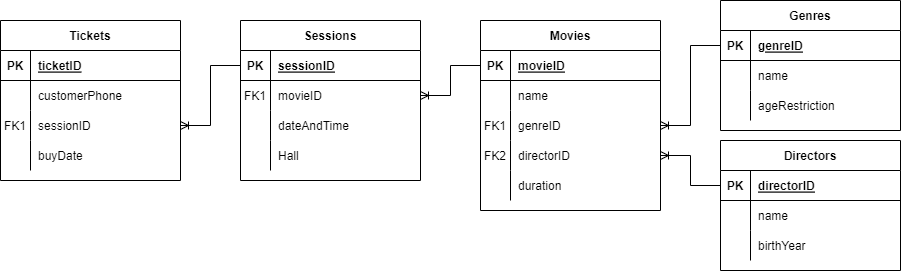
Before: part1/task2.png, a diagram exported from draw.io (Kolesa-Education/kolesa-upgrade-homework-4). Source tidied: cells renumbered, new cells last; positions are measured from the earlier drawing's top-left corner, leaving out a move shared by most shapes.
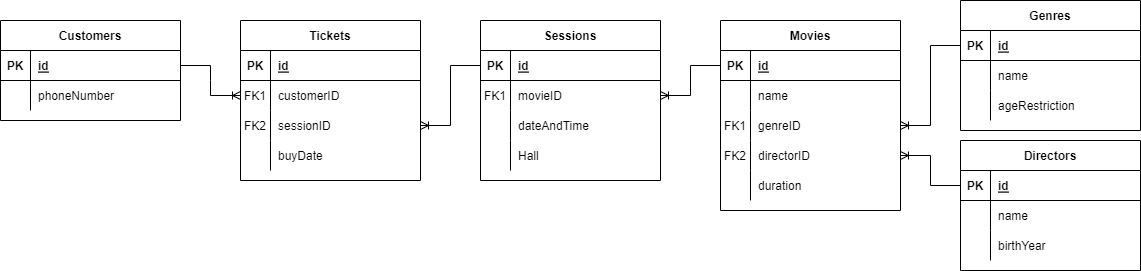
Above is the later version.

Commit message:
Fazyl-home-work

Change to the diagram source:
```diff
@@ -2,11 +2,6 @@
   <root>
     <mxCell id="0" />
     <mxCell id="1" parent="0" />
-    <mxCell id="2" style="edgeStyle=entityRelationEdgeStyle;endArrow=ERzeroToMany;startArrow=ERone;endFill=1;startFill=0;" parent="1" edge="1" target="x">
-      <mxGeometry relative="1" as="geometry">
-        <mxPoint x="650" y="135" as="sourcePoint" />
-      </mxGeometry>
-    </mxCell>
     <mxCell id="3" value="Tickets" style="shape=table;startSize=30;rowLines=0;fontStyle=1;align=center;strokeColor=#000000;fontColor=#000000;fillColor=none;" parent="1" vertex="1">
       <mxGeometry y="20" width="180" height="160" as="geometry" />
     </mxCell>
@@ -16,22 +11,22 @@
     <mxCell id="5" value="PK" style="shape=partialRectangle;fillColor=none;top=0;left=0;bottom=0;right=0;fontStyle=1;overflow=hidden;strokeColor=#000000;fontColor=#000000;" parent="4" vertex="1">
       <mxGeometry width="30" height="30" as="geometry" />
     </mxCell>
-    <mxCell id="6" value="ticketID" style="shape=partialRectangle;fillColor=none;top=0;left=0;bottom=0;right=0;align=left;spacingLeft=6;fontStyle=5;overflow=hidden;strokeColor=#000000;fontColor=#000000;" parent="4" vertex="1">
+    <mxCell id="6" value="id" style="shape=partialRectangle;fillColor=none;top=0;left=0;bottom=0;right=0;align=left;spacingLeft=6;fontStyle=5;overflow=hidden;strokeColor=#000000;fontColor=#000000;" parent="4" vertex="1">
       <mxGeometry x="30" width="150" height="30" as="geometry" />
     </mxCell>
     <mxCell id="7" style="shape=tableRow;horizontal=0;startSize=0;swimlaneHead=0;swimlaneBody=0;fillColor=none;points=[[0,0.5],[1,0.5]];portConstraint=eastwest;top=0;left=0;right=0;bottom=0;strokeColor=#000000;fontColor=#000000;" parent="3" vertex="1">
       <mxGeometry y="60" width="180" height="30" as="geometry" />
     </mxCell>
-    <mxCell id="8" style="shape=partialRectangle;fillColor=none;top=0;left=0;bottom=0;right=0;overflow=hidden;strokeColor=#000000;fontColor=#000000;" parent="7" vertex="1">
+    <mxCell id="8" value="FK1" style="shape=partialRectangle;fillColor=none;top=0;left=0;bottom=0;right=0;overflow=hidden;strokeColor=#000000;fontColor=#000000;" parent="7" vertex="1">
       <mxGeometry width="30" height="30" as="geometry" />
     </mxCell>
-    <mxCell id="9" value="customerPhone" style="shape=partialRectangle;fillColor=none;top=0;left=0;bottom=0;right=0;align=left;spacingLeft=6;overflow=hidden;strokeColor=#000000;fontColor=#000000;" parent="7" vertex="1">
+    <mxCell id="9" value="customerID" style="shape=partialRectangle;fillColor=none;top=0;left=0;bottom=0;right=0;align=left;spacingLeft=6;overflow=hidden;strokeColor=#000000;fontColor=#000000;" parent="7" vertex="1">
       <mxGeometry x="30" width="150" height="30" as="geometry" />
     </mxCell>
     <mxCell id="10" style="shape=tableRow;horizontal=0;startSize=0;swimlaneHead=0;swimlaneBody=0;fillColor=none;points=[[0,0.5],[1,0.5]];portConstraint=eastwest;top=0;left=0;right=0;bottom=0;strokeColor=#000000;fontColor=#000000;" parent="3" vertex="1">
       <mxGeometry y="90" width="180" height="30" as="geometry" />
     </mxCell>
-    <mxCell id="11" value="FK1" style="shape=partialRectangle;fillColor=none;top=0;left=0;bottom=0;right=0;overflow=hidden;strokeColor=#000000;fontColor=#000000;" parent="10" vertex="1">
+    <mxCell id="11" value="FK2" style="shape=partialRectangle;fillColor=none;top=0;left=0;bottom=0;right=0;overflow=hidden;strokeColor=#000000;fontColor=#000000;" parent="10" vertex="1">
       <mxGeometry width="30" height="30" as="geometry" />
     </mxCell>
     <mxCell id="12" value="sessionID" style="shape=partialRectangle;fillColor=none;top=0;left=0;bottom=0;right=0;align=left;spacingLeft=6;overflow=hidden;strokeColor=#000000;fontColor=#000000;" parent="10" vertex="1">
@@ -55,7 +50,7 @@
     <mxCell id="18" value="PK" style="shape=partialRectangle;fillColor=none;top=0;left=0;bottom=0;right=0;fontStyle=1;overflow=hidden;strokeColor=#000000;fontColor=#000000;" parent="17" vertex="1">
       <mxGeometry width="30" height="30" as="geometry" />
     </mxCell>
-    <mxCell id="19" value="movieID" style="shape=partialRectangle;fillColor=none;top=0;left=0;bottom=0;right=0;align=left;spacingLeft=6;fontStyle=5;overflow=hidden;strokeColor=#000000;fontColor=#000000;" parent="17" vertex="1">
+    <mxCell id="19" value="id" style="shape=partialRectangle;fillColor=none;top=0;left=0;bottom=0;right=0;align=left;spacingLeft=6;fontStyle=5;overflow=hidden;strokeColor=#000000;fontColor=#000000;" parent="17" vertex="1">
       <mxGeometry x="30" width="150" height="30" as="geometry" />
     </mxCell>
     <mxCell id="20" style="shape=tableRow;horizontal=0;startSize=0;swimlaneHead=0;swimlaneBody=0;fillColor=none;top=0;left=0;right=0;bottom=0;strokeColor=#000000;fontColor=#000000;" parent="16" vertex="1">
@@ -103,7 +98,7 @@
     <mxCell id="34" value="PK" style="shape=partialRectangle;fillColor=none;top=0;left=0;bottom=0;right=0;fontStyle=1;overflow=hidden;strokeColor=#000000;fontColor=#000000;" parent="33" vertex="1">
       <mxGeometry width="30" height="30" as="geometry" />
     </mxCell>
-    <mxCell id="35" value="directorID" style="shape=partialRectangle;fillColor=none;top=0;left=0;bottom=0;right=0;align=left;spacingLeft=6;fontStyle=5;overflow=hidden;strokeColor=#000000;fontColor=#000000;" parent="33" vertex="1">
+    <mxCell id="35" value="id" style="shape=partialRectangle;fillColor=none;top=0;left=0;bottom=0;right=0;align=left;spacingLeft=6;fontStyle=5;overflow=hidden;strokeColor=#000000;fontColor=#000000;" parent="33" vertex="1">
       <mxGeometry x="30" width="150" height="30" as="geometry" />
     </mxCell>
     <mxCell id="36" style="shape=tableRow;horizontal=0;startSize=0;swimlaneHead=0;swimlaneBody=0;fillColor=none;top=0;left=0;right=0;bottom=0;strokeColor=#000000;fontColor=#000000;" parent="32" vertex="1">
@@ -133,7 +128,7 @@
     <mxCell id="44" value="PK" style="shape=partialRectangle;fillColor=none;top=0;left=0;bottom=0;right=0;fontStyle=1;overflow=hidden;strokeColor=#000000;fontColor=#000000;" parent="43" vertex="1">
       <mxGeometry width="30" height="30" as="geometry" />
     </mxCell>
-    <mxCell id="45" value="genreID" style="shape=partialRectangle;fillColor=none;top=0;left=0;bottom=0;right=0;align=left;spacingLeft=6;fontStyle=5;overflow=hidden;strokeColor=#000000;fontColor=#000000;" parent="43" vertex="1">
+    <mxCell id="45" value="id" style="shape=partialRectangle;fillColor=none;top=0;left=0;bottom=0;right=0;align=left;spacingLeft=6;fontStyle=5;overflow=hidden;strokeColor=#000000;fontColor=#000000;" parent="43" vertex="1">
       <mxGeometry x="30" width="150" height="30" as="geometry" />
     </mxCell>
     <mxCell id="46" style="shape=tableRow;horizontal=0;startSize=0;swimlaneHead=0;swimlaneBody=0;fillColor=none;top=0;left=0;right=0;bottom=0;strokeColor=#000000;fontColor=#000000;" parent="42" vertex="1">
@@ -163,7 +158,7 @@
     <mxCell id="54" value="PK" style="shape=partialRectangle;fillColor=none;top=0;left=0;bottom=0;right=0;fontStyle=1;overflow=hidden;strokeColor=#000000;fontColor=#000000;" parent="53" vertex="1">
       <mxGeometry width="30" height="30" as="geometry" />
     </mxCell>
-    <mxCell id="55" value="sessionID" style="shape=partialRectangle;fillColor=none;top=0;left=0;bottom=0;right=0;align=left;spacingLeft=6;fontStyle=5;overflow=hidden;strokeColor=#000000;fontColor=#000000;" parent="53" vertex="1">
+    <mxCell id="55" value="id" style="shape=partialRectangle;fillColor=none;top=0;left=0;bottom=0;right=0;align=left;spacingLeft=6;fontStyle=5;overflow=hidden;strokeColor=#000000;fontColor=#000000;" parent="53" vertex="1">
       <mxGeometry x="30" width="150" height="30" as="geometry" />
     </mxCell>
     <mxCell id="56" style="shape=tableRow;horizontal=0;startSize=0;swimlaneHead=0;swimlaneBody=0;fillColor=none;points=[[0,0.5],[1,0.5]];portConstraint=eastwest;top=0;left=0;right=0;bottom=0;strokeColor=#000000;fontColor=#000000;" parent="52" vertex="1">
@@ -205,5 +200,29 @@
     <mxCell id="68" style="edgeStyle=entityRelationEdgeStyle;fontSize=12;html=1;endArrow=ERoneToMany;rounded=0;fontColor=#000000;elbow=vertical;exitX=0;exitY=0.5;exitDx=0;exitDy=0;entryX=1;entryY=0.5;entryDx=0;entryDy=0;" parent="1" edge="1" source="33" target="26">
       <mxGeometry relative="1" as="geometry" />
     </mxCell>
+    <mxCell id="69" value="Customers" style="shape=table;startSize=30;rowLines=0;fontStyle=1;align=center;" parent="1" vertex="1">
+      <mxGeometry x="-240" y="20" width="180" height="100" as="geometry" />
+    </mxCell>
+    <mxCell id="70" style="shape=tableRow;horizontal=0;startSize=0;swimlaneHead=0;swimlaneBody=0;fillColor=none;points=[[0,0.5],[1,0.5]];portConstraint=eastwest;top=0;left=0;right=0;bottom=1;" parent="69" vertex="1">
+      <mxGeometry y="30" width="180" height="30" as="geometry" />
+    </mxCell>
+    <mxCell id="71" value="PK" style="shape=partialRectangle;fillColor=none;top=0;left=0;bottom=0;right=0;fontStyle=1;overflow=hidden;" parent="70" vertex="1">
+      <mxGeometry width="30" height="30" as="geometry" />
+    </mxCell>
+    <mxCell id="72" value="id" style="shape=partialRectangle;fillColor=none;top=0;left=0;bottom=0;right=0;align=left;spacingLeft=6;fontStyle=5;overflow=hidden;" parent="70" vertex="1">
+      <mxGeometry x="30" width="150" height="30" as="geometry" />
+    </mxCell>
+    <mxCell id="73" style="shape=tableRow;horizontal=0;startSize=0;swimlaneHead=0;swimlaneBody=0;fillColor=none;top=0;left=0;right=0;bottom=0;" parent="69" vertex="1">
+      <mxGeometry y="60" width="180" height="30" as="geometry" />
+    </mxCell>
+    <mxCell id="74" style="shape=partialRectangle;fillColor=none;top=0;left=0;bottom=0;right=0;overflow=hidden;" parent="73" vertex="1">
+      <mxGeometry width="30" height="30" as="geometry" />
+    </mxCell>
+    <mxCell id="75" value="phoneNumber" style="shape=partialRectangle;fillColor=none;top=0;left=0;bottom=0;right=0;align=left;spacingLeft=6;overflow=hidden;" parent="73" vertex="1">
+      <mxGeometry x="30" width="150" height="30" as="geometry" />
+    </mxCell>
+    <mxCell id="76" style="edgeStyle=entityRelationEdgeStyle;fontSize=12;html=1;endArrow=ERoneToMany;rounded=0;exitX=1;exitY=0.5;exitDx=0;exitDy=0;entryX=0;entryY=0.5;entryDx=0;entryDy=0;" parent="1" edge="1" source="70" target="7">
+      <mxGeometry relative="1" as="geometry" />
+    </mxCell>
   </root>
 </mxGraphModel>
```
